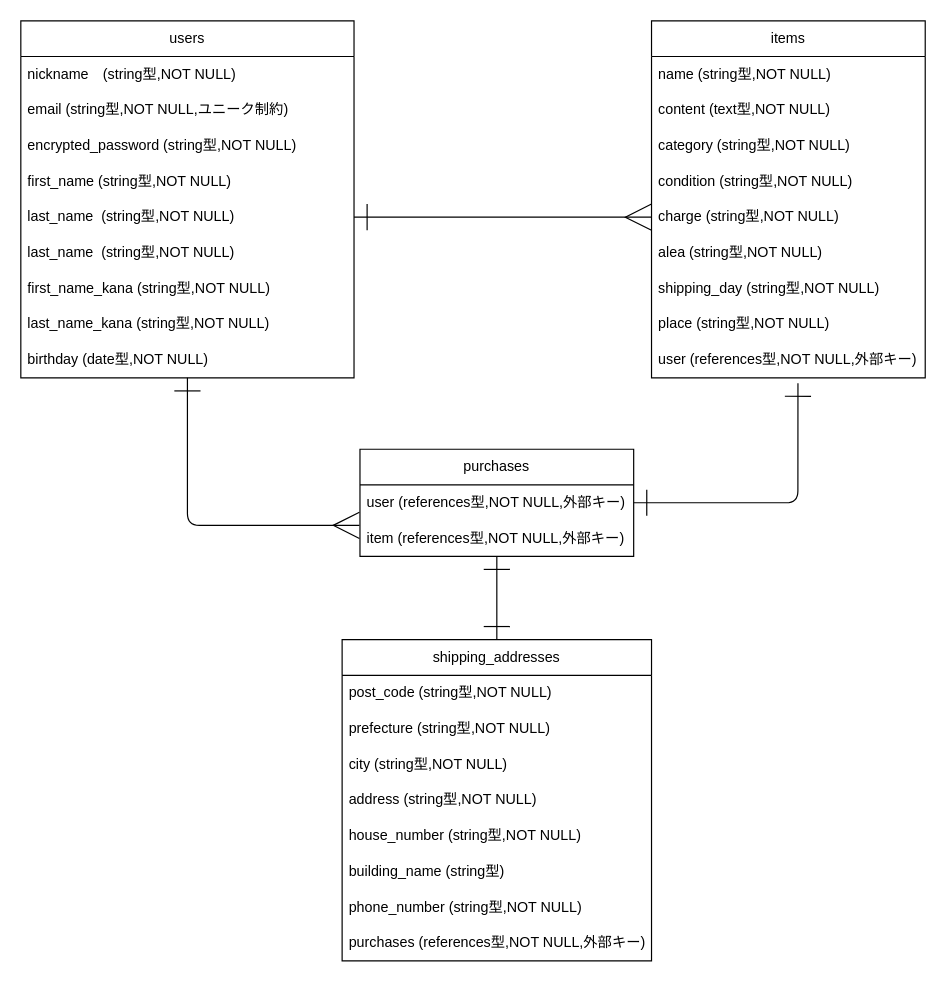
naricrow/furima-39580 keeps this draw.io diagram as furima.dio. Above is the earlier version. Source tidied: cells renumbered, new cells numbered last; positions are measured from the earlier drawing's top-left corner, leaving out a move shared by most shapes. Both pictures are drawn from the tidied source at 119%, with x=0, y=0 at pixel (20, 20).
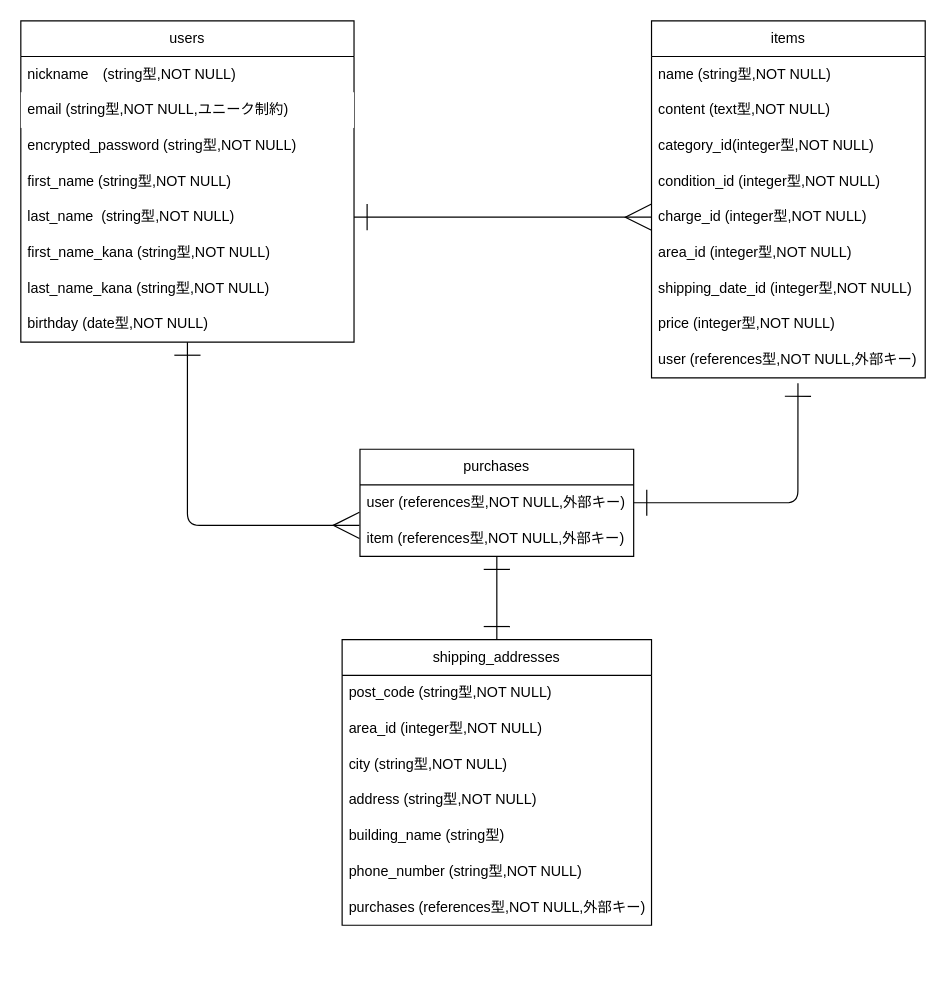
The same diagram, later.

Unchanged cells that the change refers to:
```xml
<mxCell id="13" value="items" style="swimlane;fontStyle=0;horizontal=1;startSize=30;whiteSpace=wrap;html=1;" parent="1" vertex="1">
  <mxGeometry x="530" width="230" height="300" as="geometry" />
</mxCell>
```

Change to the diagram source:
```diff
@@
-    <mxCell id="3" value="users" style="swimlane;fontStyle=0;horizontal=1;startSize=30;whiteSpace=wrap;html=1;" parent="1" vertex="1">
-      <mxGeometry width="280" height="300" as="geometry" />
+    <mxCell id="3" value="users" style="swimlane;fontStyle=0;horizontal=1;startSize=30;whiteSpace=wrap;html=1;fillColor=none;" parent="1" vertex="1">
+      <mxGeometry width="280" height="270" as="geometry" />
     </mxCell>
@@
-    <mxCell id="5" value="email (string型,NOT NULL,ユニーク制約)" style="text;strokeColor=none;fillColor=none;align=left;verticalAlign=middle;spacingLeft=4;spacingRight=4;overflow=hidden;whiteSpace=wrap;html=1;" parent="3" vertex="1">
+    <mxCell id="5" value="email (string型,NOT NULL,ユニーク制約)" style="text;align=left;verticalAlign=middle;spacingLeft=4;spacingRight=4;overflow=hidden;whiteSpace=wrap;html=1;fillColor=default;" parent="3" vertex="1">
       <mxGeometry y="60" width="280" height="30" as="geometry" />
     </mxCell>
@@
-    <mxCell id="9" value="last_name&amp;nbsp; (string型,NOT NULL)" style="text;strokeColor=none;fillColor=none;align=left;verticalAlign=middle;spacingLeft=4;spacingRight=4;overflow=hidden;whiteSpace=wrap;html=1;" parent="3" vertex="1">
-      <mxGeometry y="180" width="280" height="30" as="geometry" />
-    </mxCell>
     <mxCell id="10" value="first_name_kana (string型,NOT NULL)" style="text;strokeColor=none;fillColor=none;align=left;verticalAlign=middle;spacingLeft=4;spacingRight=4;overflow=hidden;whiteSpace=wrap;html=1;" parent="3" vertex="1">
-      <mxGeometry y="210" width="280" height="30" as="geometry" />
+      <mxGeometry y="180" width="280" height="30" as="geometry" />
     </mxCell>
     <mxCell id="11" value="last_name_kana (string型,NOT NULL)" style="text;strokeColor=none;fillColor=none;align=left;verticalAlign=middle;spacingLeft=4;spacingRight=4;overflow=hidden;whiteSpace=wrap;html=1;" parent="3" vertex="1">
-      <mxGeometry y="240" width="280" height="30" as="geometry" />
+      <mxGeometry y="210" width="280" height="30" as="geometry" />
     </mxCell>
     <mxCell id="12" value="birthday (date型,NOT NULL)" style="text;strokeColor=none;fillColor=none;align=left;verticalAlign=middle;spacingLeft=4;spacingRight=4;overflow=hidden;whiteSpace=wrap;html=1;" parent="3" vertex="1">
-      <mxGeometry y="270" width="280" height="30" as="geometry" />
+      <mxGeometry y="240" width="280" height="30" as="geometry" />
     </mxCell>
@@
-    <mxCell id="16" value="category (string型,NOT NULL)" style="text;strokeColor=none;fillColor=none;align=left;verticalAlign=middle;spacingLeft=4;spacingRight=4;overflow=hidden;whiteSpace=wrap;html=1;" parent="13" vertex="1">
+    <mxCell id="16" value="category_id(integer型,NOT NULL)" style="text;strokeColor=none;fillColor=none;align=left;verticalAlign=middle;spacingLeft=4;spacingRight=4;overflow=hidden;whiteSpace=wrap;html=1;" parent="13" vertex="1">
       <mxGeometry y="90" width="230" height="30" as="geometry" />
     </mxCell>
-    <mxCell id="17" value="condition (string型,NOT NULL)" style="text;strokeColor=none;fillColor=none;align=left;verticalAlign=middle;spacingLeft=4;spacingRight=4;overflow=hidden;whiteSpace=wrap;html=1;" parent="13" vertex="1">
+    <mxCell id="17" value="condition_id (integer型,NOT NULL)" style="text;strokeColor=none;fillColor=none;align=left;verticalAlign=middle;spacingLeft=4;spacingRight=4;overflow=hidden;whiteSpace=wrap;html=1;" parent="13" vertex="1">
       <mxGeometry y="120" width="230" height="30" as="geometry" />
     </mxCell>
-    <mxCell id="18" value="charge (string型,NOT NULL)" style="text;strokeColor=none;fillColor=none;align=left;verticalAlign=middle;spacingLeft=4;spacingRight=4;overflow=hidden;points=[[0,0.5],[1,0.5]];portConstraint=eastwest;whiteSpace=wrap;html=1;" parent="13" vertex="1">
+    <mxCell id="18" value="charge_id (integer型,NOT NULL)" style="text;strokeColor=none;fillColor=none;align=left;verticalAlign=middle;spacingLeft=4;spacingRight=4;overflow=hidden;points=[[0,0.5],[1,0.5]];portConstraint=eastwest;whiteSpace=wrap;html=1;" parent="13" vertex="1">
       <mxGeometry y="150" width="230" height="30" as="geometry" />
     </mxCell>
-    <mxCell id="19" value="alea (string型,NOT NULL)" style="text;strokeColor=none;fillColor=none;align=left;verticalAlign=middle;spacingLeft=4;spacingRight=4;overflow=hidden;whiteSpace=wrap;html=1;" parent="13" vertex="1">
+    <mxCell id="19" value="area_id (integer型,NOT NULL)" style="text;strokeColor=none;fillColor=none;align=left;verticalAlign=middle;spacingLeft=4;spacingRight=4;overflow=hidden;whiteSpace=wrap;html=1;" parent="13" vertex="1">
       <mxGeometry y="180" width="230" height="30" as="geometry" />
     </mxCell>
-    <mxCell id="20" value="shipping_day (string型,NOT NULL)" style="text;strokeColor=none;fillColor=none;align=left;verticalAlign=middle;spacingLeft=4;spacingRight=4;overflow=hidden;whiteSpace=wrap;html=1;" parent="13" vertex="1">
+    <mxCell id="20" value="shipping_date_id (integer型,NOT NULL)" style="text;strokeColor=none;fillColor=none;align=left;verticalAlign=middle;spacingLeft=4;spacingRight=4;overflow=hidden;whiteSpace=wrap;html=1;" parent="13" vertex="1">
       <mxGeometry y="210" width="230" height="30" as="geometry" />
     </mxCell>
-    <mxCell id="21" value="place (string型,NOT NULL)" style="text;strokeColor=none;fillColor=none;align=left;verticalAlign=middle;spacingLeft=4;spacingRight=4;overflow=hidden;whiteSpace=wrap;html=1;" parent="13" vertex="1">
+    <mxCell id="21" value="price (integer型,NOT NULL)" style="text;strokeColor=none;fillColor=none;align=left;verticalAlign=middle;spacingLeft=4;spacingRight=4;overflow=hidden;whiteSpace=wrap;html=1;" parent="13" vertex="1">
       <mxGeometry y="240" width="230" height="30" as="geometry" />
     </mxCell>
@@
     <mxCell id="28" value="shipping_addresses" style="swimlane;fontStyle=0;horizontal=1;startSize=30;whiteSpace=wrap;html=1;" parent="1" vertex="1">
-      <mxGeometry x="270" y="520" width="260" height="270" as="geometry" />
+      <mxGeometry x="270" y="520" width="260" height="240" as="geometry" />
     </mxCell>
@@
-    <mxCell id="30" value="prefecture&amp;nbsp;(string型,NOT NULL)" style="text;strokeColor=none;fillColor=none;align=left;verticalAlign=middle;spacingLeft=4;spacingRight=4;overflow=hidden;whiteSpace=wrap;html=1;" parent="28" vertex="1">
+    <mxCell id="30" value="area_id (integer型,NOT NULL)" style="text;strokeColor=none;fillColor=none;align=left;verticalAlign=middle;spacingLeft=4;spacingRight=4;overflow=hidden;whiteSpace=wrap;html=1;" parent="28" vertex="1">
       <mxGeometry y="60" width="260" height="30" as="geometry" />
     </mxCell>
@@
-    <mxCell id="33" value="house_number&amp;nbsp;(string型,NOT NULL)" style="text;strokeColor=none;fillColor=none;align=left;verticalAlign=middle;spacingLeft=4;spacingRight=4;overflow=hidden;whiteSpace=wrap;html=1;" parent="28" vertex="1">
-      <mxGeometry y="150" width="260" height="30" as="geometry" />
-    </mxCell>
     <mxCell id="34" value="building_name&amp;nbsp;(string型)" style="text;strokeColor=none;fillColor=none;align=left;verticalAlign=middle;spacingLeft=4;spacingRight=4;overflow=hidden;whiteSpace=wrap;html=1;" parent="28" vertex="1">
-      <mxGeometry y="180" width="260" height="30" as="geometry" />
+      <mxGeometry y="150" width="260" height="30" as="geometry" />
     </mxCell>
     <mxCell id="35" value="phone_number&amp;nbsp;(string型,NOT NULL)" style="text;strokeColor=none;fillColor=none;align=left;verticalAlign=middle;spacingLeft=4;spacingRight=4;overflow=hidden;whiteSpace=wrap;html=1;" parent="28" vertex="1">
-      <mxGeometry y="210" width="260" height="30" as="geometry" />
+      <mxGeometry y="180" width="260" height="30" as="geometry" />
     </mxCell>
     <mxCell id="36" value="purchases&amp;nbsp;(references型,NOT NULL,外部キー)" style="text;strokeColor=none;fillColor=none;align=left;verticalAlign=middle;spacingLeft=4;spacingRight=4;overflow=hidden;whiteSpace=wrap;html=1;" parent="28" vertex="1">
-      <mxGeometry y="240" width="260" height="30" as="geometry" />
+      <mxGeometry y="210" width="260" height="30" as="geometry" />
     </mxCell>
```
